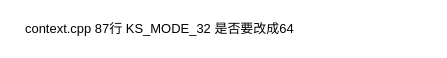
The draw.io diagram page "Page-2" (2 of 2) of Untitled Diagram.drawio in ganjue66da/ganjue66da, before the edit. Source tidied: cells renumbered, new cells numbered last; positions are measured from the earlier drawing's top-left corner, leaving out a move shared by most shapes. Both pictures are drawn from the tidied source at 108%, with x=0, y=0 at pixel (18, 18).
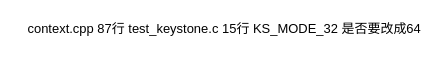
The same page after the edit.

Change to the diagram source:
```diff
@@
 <mxGraphModel>
   <root>
     <mxCell id="0" />
     <mxCell id="1" parent="0" />
-    <mxCell id="2" value="context.cpp 87行 KS_MODE_32 是否要改成64" style="text;html=1;align=center;verticalAlign=middle;strokeColor=none;fillColor=none;" parent="1" vertex="1">
-      <mxGeometry width="260" height="20" as="geometry" />
+    <mxCell id="2" value="context.cpp 87行 test_keystone.c 15行 KS_MODE_32 是否要改成64" style="text;html=1;align=center;verticalAlign=middle;strokeColor=none;fillColor=none;" parent="1" vertex="1">
+      <mxGeometry width="380" height="20" as="geometry" />
     </mxCell>
   </root>
 </mxGraphModel>
```
